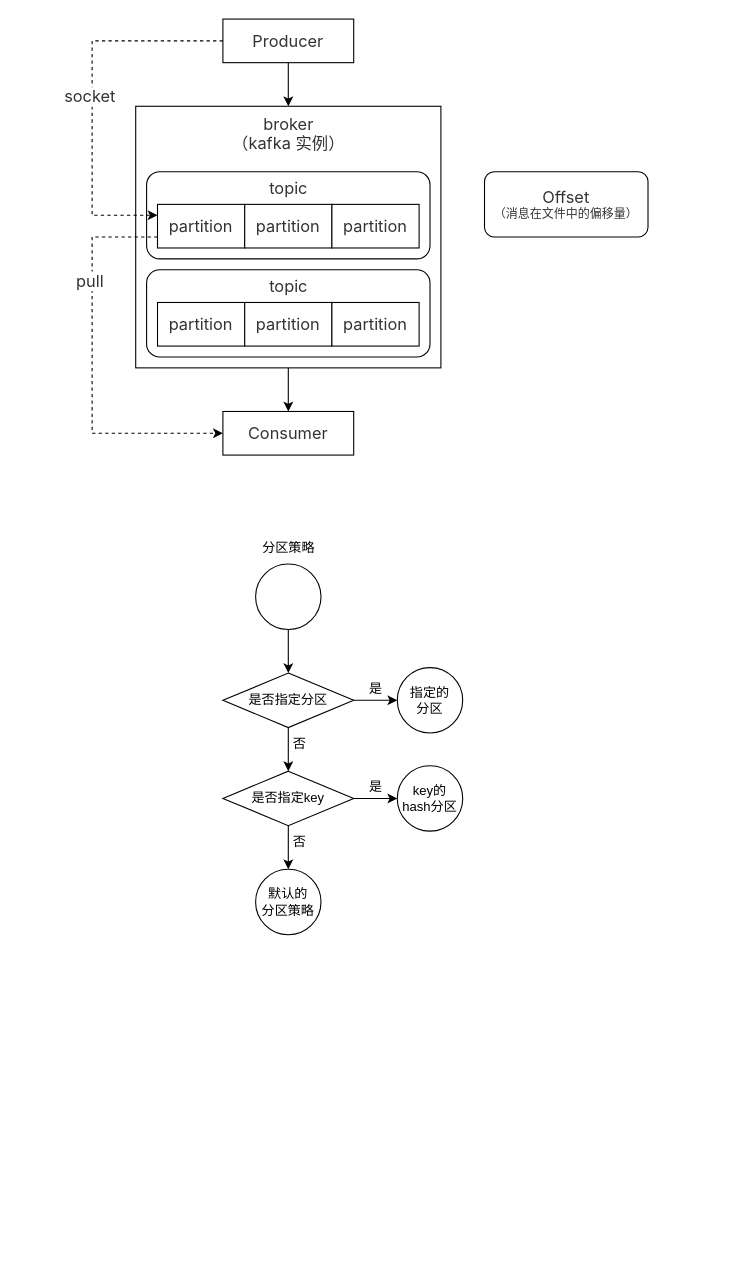
The draw.io diagram kafka/kafka.drawio in zero-97/picture-of-the-article, before the edit. Source tidied: cells renumbered, new cells numbered last; positions are measured from the earlier drawing's top-left corner, leaving out a move shared by most shapes. Both pictures are drawn from the tidied source at 109%, with x=0, y=0 at pixel (92, 19).
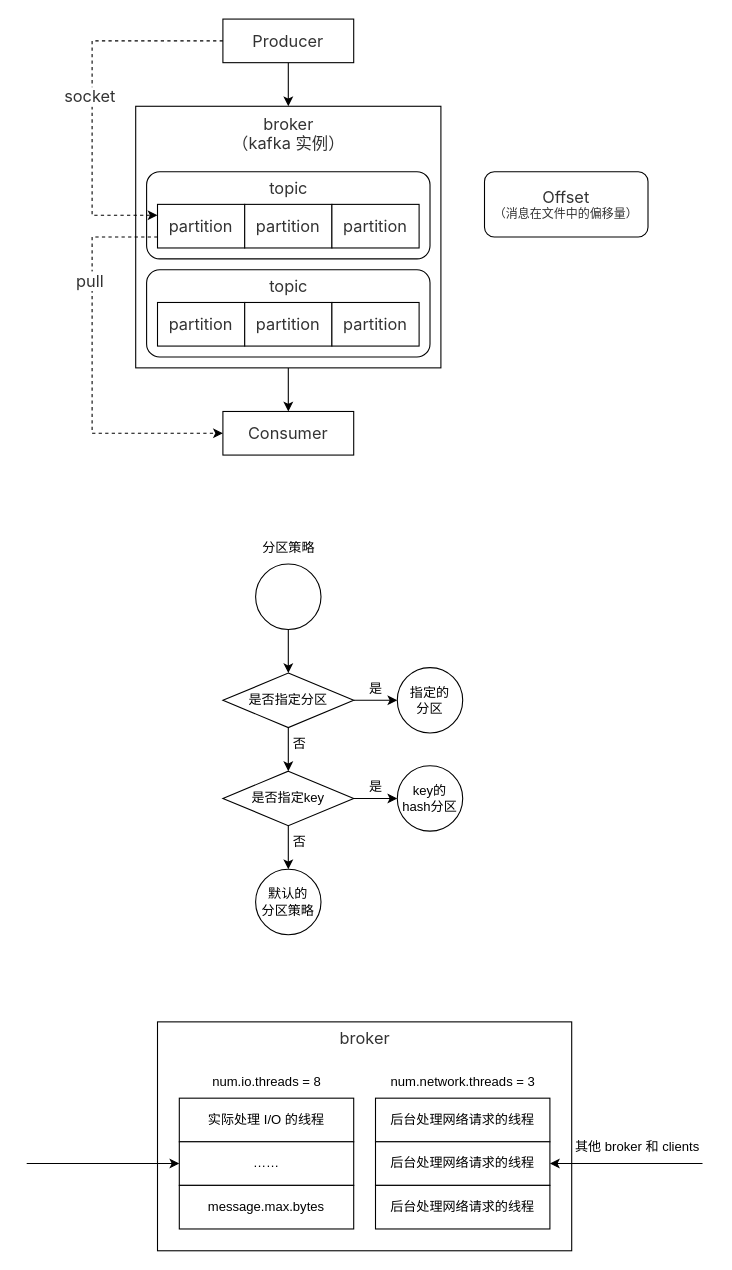
After the change.

The edit, as a diff of the source:
```diff
@@
+    <mxCell id="41" value="&lt;span style=&quot;color: rgb(51, 51, 51); font-family: -apple-system, BlinkMacSystemFont, &amp;quot;Helvetica Neue&amp;quot;, &amp;quot;PingFang SC&amp;quot;, &amp;quot;Microsoft YaHei&amp;quot;, &amp;quot;Source Han Sans SC&amp;quot;, &amp;quot;Noto Sans CJK SC&amp;quot;, &amp;quot;WenQuanYi Micro Hei&amp;quot;, sans-serif; font-size: 15px; text-align: start; background-color: rgb(255, 255, 255);&quot;&gt;&lt;br&gt;&lt;/span&gt;" style="whiteSpace=wrap;html=1;" parent="1" vertex="1">
+      <mxGeometry x="60" y="920" width="380" height="210" as="geometry" />
+    </mxCell>
@@
+    <mxCell id="42" value="&lt;span style=&quot;color: rgb(51, 51, 51); font-family: -apple-system, BlinkMacSystemFont, &amp;quot;Helvetica Neue&amp;quot;, &amp;quot;PingFang SC&amp;quot;, &amp;quot;Microsoft YaHei&amp;quot;, &amp;quot;Source Han Sans SC&amp;quot;, &amp;quot;Noto Sans CJK SC&amp;quot;, &amp;quot;WenQuanYi Micro Hei&amp;quot;, sans-serif; font-size: 15px; text-align: start; background-color: rgb(255, 255, 255);&quot;&gt;broker&lt;/span&gt;" style="text;html=1;align=center;verticalAlign=middle;strokeColor=none;fillColor=none;fontSize=11;" parent="1" vertex="1">
+      <mxGeometry x="215" y="920" width="70" height="30" as="geometry" />
+    </mxCell>
+    <mxCell id="43" style="group;" parent="1" vertex="1">
+      <mxGeometry x="260" y="960" width="160" height="150" as="geometry" />
+    </mxCell>
+    <mxCell id="44" value="后台处理网络请求的线程" style="rounded=0;whiteSpace=wrap;html=1;" parent="43" vertex="1">
+      <mxGeometry y="30" width="160" height="40" as="geometry" />
+    </mxCell>
+    <mxCell id="45" value="num.network.threads = 3" style="text;html=1;align=center;verticalAlign=middle;strokeColor=none;fillColor=none;" parent="43" vertex="1">
+      <mxGeometry width="160" height="30" as="geometry" />
+    </mxCell>
+    <mxCell id="46" value="后台处理网络请求的线程" style="rounded=0;whiteSpace=wrap;html=1;" parent="43" vertex="1">
+      <mxGeometry y="70" width="160" height="40" as="geometry" />
+    </mxCell>
+    <mxCell id="47" value="后台处理网络请求的线程" style="rounded=0;whiteSpace=wrap;html=1;" parent="43" vertex="1">
+      <mxGeometry y="110" width="160" height="40" as="geometry" />
+    </mxCell>
+    <mxCell id="48" value="其他 broker 和 clients" style="text;html=1;align=center;verticalAlign=middle;strokeColor=none;fillColor=none;" parent="1" vertex="1">
+      <mxGeometry x="430" y="1020" width="140" height="30" as="geometry" />
+    </mxCell>
+    <mxCell id="49" style="endArrow=classic;html=1;rounded=0;entryX=1;entryY=0.5;entryDx=0;entryDy=0;" parent="1" edge="1" target="46">
+      <mxGeometry relative="1" as="geometry">
+        <mxPoint x="560" y="1050" as="sourcePoint" />
+      </mxGeometry>
+    </mxCell>
+    <mxCell id="50" style="group;" parent="1" vertex="1">
+      <mxGeometry x="80" y="960" width="160" height="150" as="geometry" />
+    </mxCell>
+    <mxCell id="51" value="实际处理 I/O 的线程" style="rounded=0;whiteSpace=wrap;html=1;" parent="50" vertex="1">
+      <mxGeometry y="30" width="160" height="40" as="geometry" />
+    </mxCell>
+    <mxCell id="52" value="num.io.threads = 8" style="text;html=1;align=center;verticalAlign=middle;strokeColor=none;fillColor=none;" parent="50" vertex="1">
+      <mxGeometry x="20" width="120" height="30" as="geometry" />
+    </mxCell>
+    <mxCell id="53" value="……" style="rounded=0;whiteSpace=wrap;html=1;" parent="50" vertex="1">
+      <mxGeometry y="70" width="160" height="40" as="geometry" />
+    </mxCell>
+    <mxCell id="54" value="message.max.bytes" style="rounded=0;whiteSpace=wrap;html=1;" parent="50" vertex="1">
+      <mxGeometry y="110" width="160" height="40" as="geometry" />
+    </mxCell>
+    <mxCell id="55" style="endArrow=classic;html=1;rounded=0;entryX=0;entryY=0.5;entryDx=0;entryDy=0;" parent="1" edge="1" target="53">
+      <mxGeometry relative="1" as="geometry">
+        <mxPoint x="-60" y="1050" as="sourcePoint" />
+      </mxGeometry>
+    </mxCell>
```
